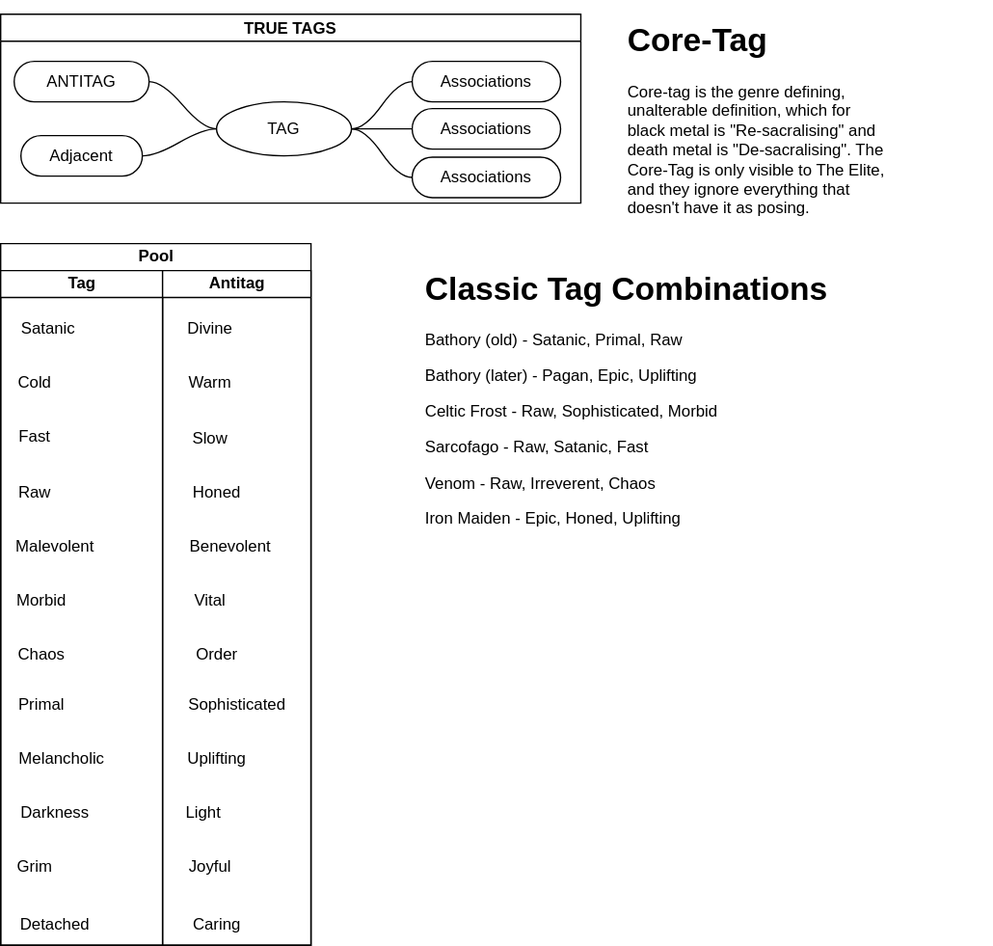
The draw.io diagram TheProspector/Assets/Schematics/TRUE.svg in SakuNurmiranta/TheProspector, before a commit. Source tidied: cells renumbered, new cells last; positions are measured from the earlier drawing's top-left corner, leaving out a move shared by most shapes.
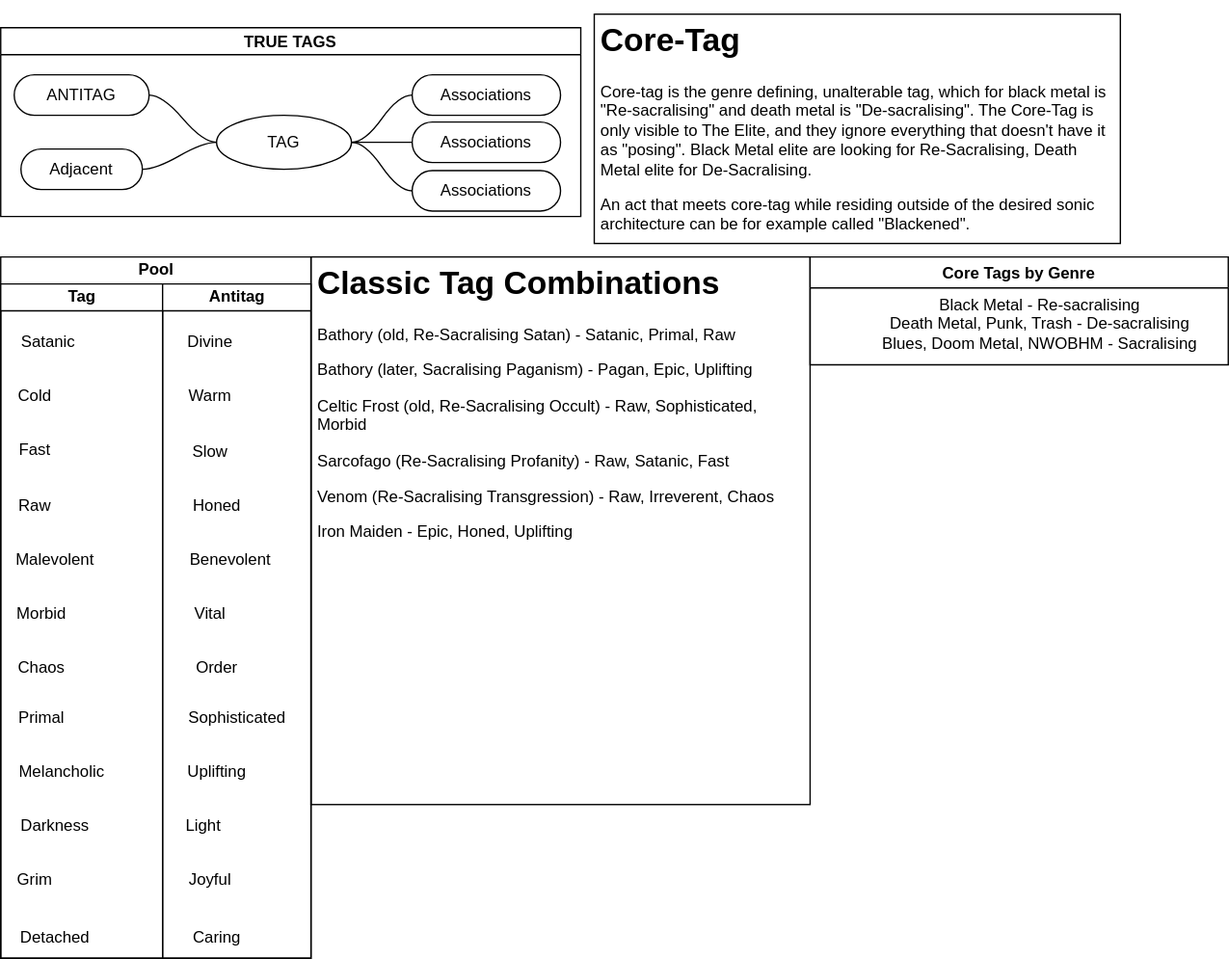
After the commit.

Change to the diagram source:
```diff
@@ -119,11 +119,17 @@
     <mxCell id="40" value="Caring" style="text;html=1;align=center;verticalAlign=middle;strokeColor=none;fillColor=none;" parent="28" vertex="1">
       <mxGeometry x="10" y="470" width="60" height="30" as="geometry" />
     </mxCell>
-    <mxCell id="41" value="&lt;h1&gt;Classic Tag Combinations&lt;/h1&gt;&lt;p&gt;Bathory (old) - Satanic, Primal, Raw&lt;/p&gt;&lt;p&gt;Bathory (later) - Pagan, Epic, Uplifting&lt;/p&gt;&lt;p&gt;Celtic Frost - Raw, Sophisticated, Morbid&lt;/p&gt;&lt;p&gt;Sarcofago - Raw, Satanic, Fast&amp;nbsp;&lt;/p&gt;&lt;p&gt;Venom - Raw, Irreverent, Chaos&lt;/p&gt;&lt;p&gt;Iron Maiden - Epic, Honed, Uplifting&lt;/p&gt;" style="text;html=1;strokeColor=none;fillColor=none;spacing=5;spacingTop=-20;whiteSpace=wrap;overflow=hidden;rounded=0;" parent="1" vertex="1">
-      <mxGeometry x="310" y="184" width="425" height="406" as="geometry" />
+    <mxCell id="41" value="&lt;h1&gt;Classic Tag Combinations&lt;/h1&gt;&lt;p&gt;Bathory (old, Re-Sacralising Satan) - Satanic, Primal, Raw&lt;/p&gt;&lt;p&gt;Bathory (later, Sacralising Paganism) - Pagan, Epic, Uplifting&lt;/p&gt;&lt;p&gt;Celtic Frost (old, Re-Sacralising Occult) - Raw, Sophisticated, Morbid&lt;/p&gt;&lt;p&gt;Sarcofago (Re-Sacralising Profanity) - Raw, Satanic, Fast&amp;nbsp;&lt;/p&gt;&lt;p&gt;Venom (Re-Sacralising Transgression) - Raw, Irreverent, Chaos&lt;/p&gt;&lt;p&gt;Iron Maiden - Epic, Honed, Uplifting&lt;/p&gt;" style="text;html=1;strokeColor=default;fillColor=none;spacing=5;spacingTop=-20;whiteSpace=wrap;overflow=hidden;rounded=0;" parent="1" vertex="1">
+      <mxGeometry x="230" y="170" width="370" height="406" as="geometry" />
     </mxCell>
-    <mxCell id="42" value="&lt;h1&gt;Core-Tag&lt;/h1&gt;&lt;p&gt;Core-tag is the genre defining, unalterable definition, which for black metal is &quot;Re-sacralising&quot; and death metal is &quot;De-sacralising&quot;. The Core-Tag is only visible to The Elite, and they ignore everything that doesn't have it as posing.&lt;/p&gt;" style="text;html=1;strokeColor=none;fillColor=none;spacing=5;spacingTop=-20;whiteSpace=wrap;overflow=hidden;rounded=0;" parent="1" vertex="1">
-      <mxGeometry x="460" width="200" height="160" as="geometry" />
+    <mxCell id="42" value="&lt;h1&gt;Core-Tag&lt;/h1&gt;&lt;p&gt;Core-tag is the genre defining, unalterable tag, which for black metal is &quot;Re-sacralising&quot; and death metal is &quot;De-sacralising&quot;. The Core-Tag is only visible to The Elite, and they ignore everything that doesn't have it as &quot;posing&quot;. Black Metal elite are looking for Re-Sacralising, Death Metal elite for De-Sacralising.&amp;nbsp;&lt;/p&gt;&lt;p&gt;An act that meets core-tag while residing outside of the desired sonic architecture can be for example called &quot;Blackened&quot;.&lt;/p&gt;" style="text;html=1;strokeColor=default;fillColor=none;spacing=5;spacingTop=-20;whiteSpace=wrap;overflow=hidden;rounded=0;" parent="1" vertex="1">
+      <mxGeometry x="440" y="-10" width="390" height="170" as="geometry" />
     </mxCell>
+    <mxCell id="43" value="Core Tags by Genre" style="swimlane;" parent="1" vertex="1">
+      <mxGeometry x="600" y="170" width="310" height="80" as="geometry" />
+    </mxCell>
+    <mxCell id="44" value="Black Metal - Re-sacralising&lt;br&gt;Death Metal, Punk, Trash - De-sacralising&lt;br&gt;Blues, Doom Metal, NWOBHM - Sacralising" style="text;html=1;align=center;verticalAlign=middle;strokeColor=none;fillColor=none;" parent="43" vertex="1">
+      <mxGeometry x="40" y="20" width="260" height="60" as="geometry" />
+    </mxCell>
   </root>
 </mxGraphModel>
```
